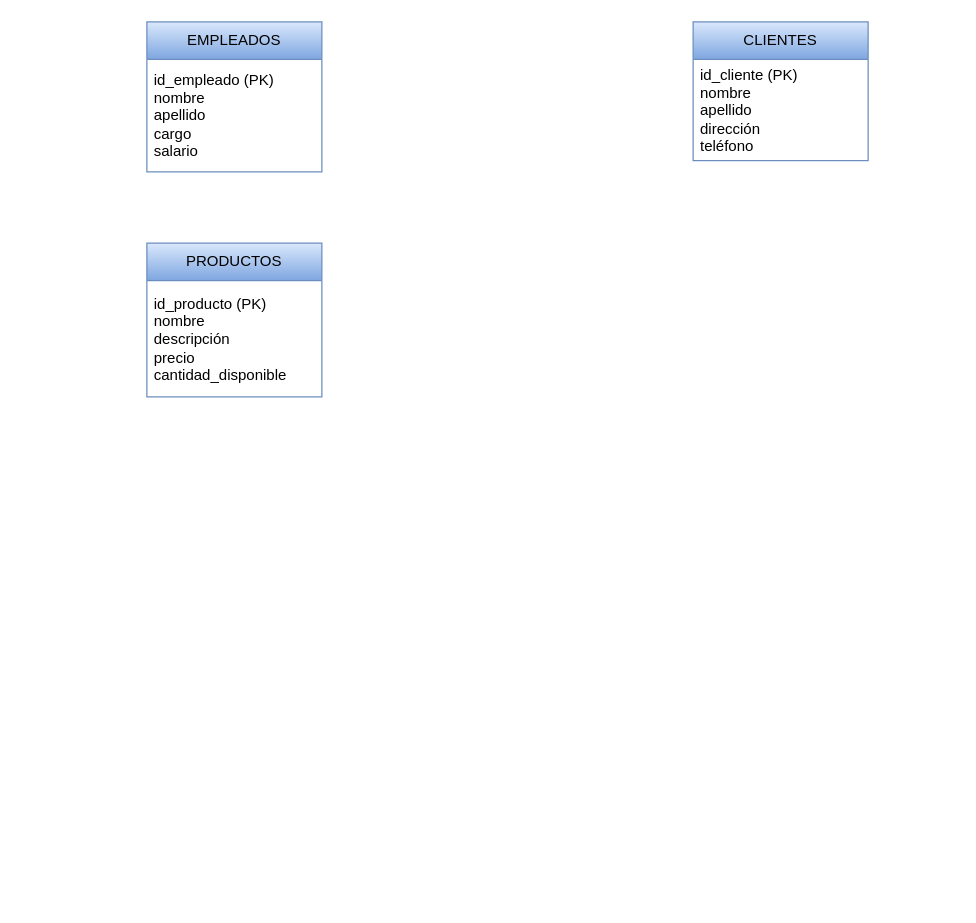
The draw.io diagram TESIS.drawio in NahuelLV/Base-de-Datos, before the edit. Source tidied: cells renumbered, new cells numbered last; positions are measured from the earlier drawing's top-left corner, leaving out a move shared by most shapes. Both pictures are drawn from the tidied source at 125%, with x=0, y=0 at pixel (146, 21).
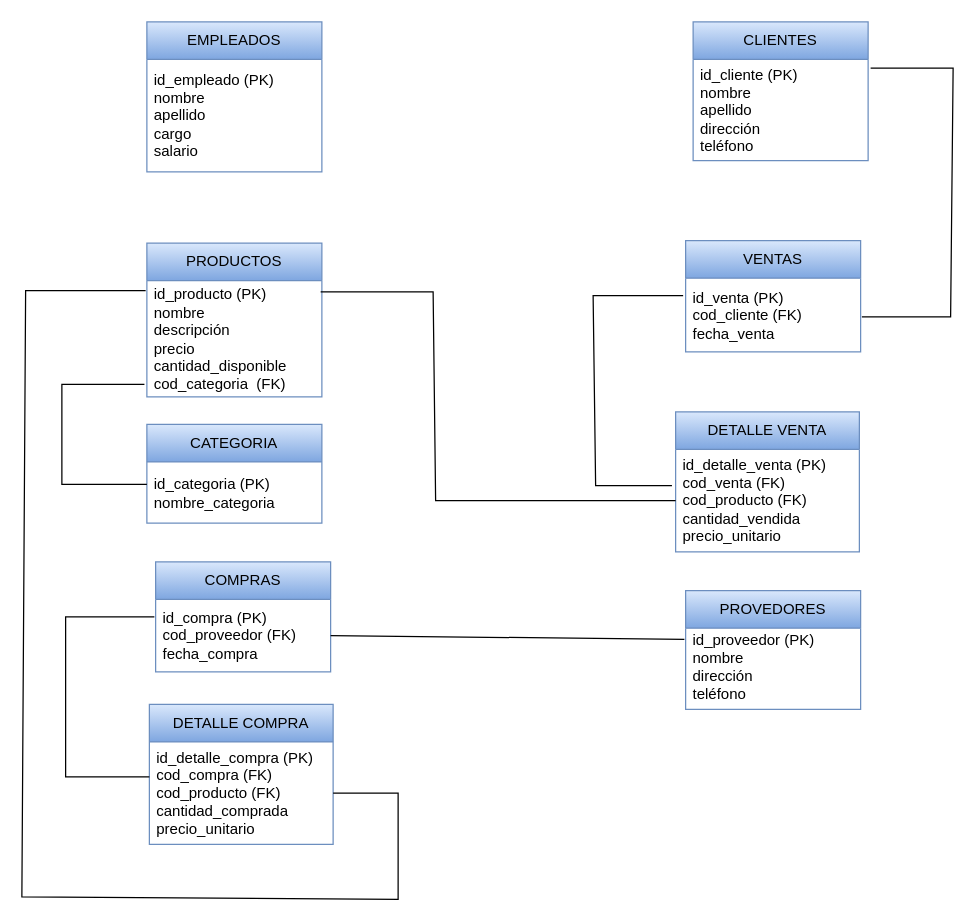
The same page after the edit.

Unchanged cells that the change refers to:
```xml
<mxCell id="6" value="PRODUCTOS" style="swimlane;fontStyle=0;horizontal=1;startSize=30;whiteSpace=wrap;html=1;fillColor=#dae8fc;gradientColor=#7ea6e0;strokeColor=#6c8ebf;" parent="1" vertex="1">
  <mxGeometry y="177" width="140" height="123" as="geometry" />
</mxCell>
```

Change to the diagram source:
```diff
@@
-    <mxCell id="7" value="&lt;div&gt;id_producto (PK)&lt;/div&gt;&lt;div&gt;nombre&lt;/div&gt;&lt;div&gt;descripción&lt;/div&gt;&lt;div&gt;precio&lt;/div&gt;&lt;div&gt;cantidad_disponible&lt;/div&gt;" style="text;strokeColor=none;fillColor=none;align=left;verticalAlign=middle;spacingLeft=4;spacingRight=4;overflow=hidden;points=[[0,0.5],[1,0.5]];portConstraint=eastwest;whiteSpace=wrap;html=1;" parent="6" vertex="1">
+    <mxCell id="7" value="&lt;div&gt;id_producto (PK)&lt;/div&gt;&lt;div&gt;nombre&lt;/div&gt;&lt;div&gt;descripción&lt;/div&gt;&lt;div&gt;precio&lt;/div&gt;&lt;div&gt;cantidad_disponible&lt;/div&gt;&lt;div&gt;cod_categoria&amp;nbsp; (FK)&lt;/div&gt;" style="text;strokeColor=none;fillColor=none;align=left;verticalAlign=middle;spacingLeft=4;spacingRight=4;overflow=hidden;points=[[0,0.5],[1,0.5]];portConstraint=eastwest;whiteSpace=wrap;html=1;" parent="6" vertex="1">
       <mxGeometry y="30" width="140" height="93" as="geometry" />
     </mxCell>
+    <mxCell id="8" value="CATEGORIA" style="swimlane;fontStyle=0;horizontal=1;startSize=30;whiteSpace=wrap;html=1;fillColor=#dae8fc;gradientColor=#7ea6e0;strokeColor=#6c8ebf;" parent="1" vertex="1">
+      <mxGeometry y="322" width="140" height="79" as="geometry" />
+    </mxCell>
+    <mxCell id="9" value="&lt;div&gt;id_categoria (PK)&lt;/div&gt;&lt;div&gt;nombre_categoria&lt;/div&gt;" style="text;strokeColor=none;fillColor=none;align=left;verticalAlign=middle;spacingLeft=4;spacingRight=4;overflow=hidden;points=[[0,0.5],[1,0.5]];portConstraint=eastwest;whiteSpace=wrap;html=1;" parent="8" vertex="1">
+      <mxGeometry y="30" width="140" height="49" as="geometry" />
+    </mxCell>
+    <mxCell id="10" value="VENTAS" style="swimlane;fontStyle=0;horizontal=1;startSize=30;whiteSpace=wrap;html=1;fillColor=#dae8fc;gradientColor=#7ea6e0;strokeColor=#6c8ebf;" parent="1" vertex="1">
+      <mxGeometry x="431" y="175" width="140" height="89" as="geometry" />
+    </mxCell>
+    <mxCell id="11" value="&lt;div&gt;id_venta (PK)&lt;/div&gt;&lt;div&gt;cod_cliente (FK)&lt;/div&gt;&lt;div&gt;fecha_venta&lt;/div&gt;" style="text;strokeColor=none;fillColor=none;align=left;verticalAlign=middle;spacingLeft=4;spacingRight=4;overflow=hidden;whiteSpace=wrap;html=1;" parent="10" vertex="1">
+      <mxGeometry y="30" width="140" height="59" as="geometry" />
+    </mxCell>
+    <mxCell id="12" style="endArrow=none;html=1;rounded=0;" parent="1" edge="1">
+      <mxGeometry relative="1" as="geometry">
+        <mxPoint x="572" y="236" as="sourcePoint" />
+        <mxPoint x="579" y="37" as="targetPoint" />
+        <Array as="points">
+          <mxPoint x="643" y="236" />
+          <mxPoint x="645" y="37" />
+        </Array>
+      </mxGeometry>
+    </mxCell>
+    <mxCell id="13" value="DETALLE VENTA" style="swimlane;fontStyle=0;horizontal=1;startSize=30;whiteSpace=wrap;html=1;fillColor=#dae8fc;gradientColor=#7ea6e0;strokeColor=#6c8ebf;" parent="1" vertex="1">
+      <mxGeometry x="423" y="312" width="147" height="112" as="geometry" />
+    </mxCell>
+    <mxCell id="14" value="&lt;div&gt;id_detalle_venta (PK)&lt;/div&gt;&lt;div&gt;cod_venta (FK)&lt;/div&gt;&lt;div&gt;cod_producto (FK)&lt;/div&gt;&lt;div&gt;cantidad_vendida&lt;/div&gt;&lt;div&gt;precio_unitario&lt;/div&gt;" style="text;strokeColor=none;fillColor=none;align=left;verticalAlign=middle;spacingLeft=4;spacingRight=4;overflow=hidden;points=[[0,0.5],[1,0.5]];portConstraint=eastwest;whiteSpace=wrap;html=1;" parent="13" vertex="1">
+      <mxGeometry y="30" width="147" height="82" as="geometry" />
+    </mxCell>
+    <mxCell id="15" value="PROVEDORES" style="swimlane;fontStyle=0;horizontal=1;startSize=30;whiteSpace=wrap;html=1;fillColor=#dae8fc;gradientColor=#7ea6e0;strokeColor=#6c8ebf;" parent="1" vertex="1">
+      <mxGeometry x="431" y="455" width="140" height="95" as="geometry" />
+    </mxCell>
+    <mxCell id="16" value="&lt;div&gt;id_proveedor (PK)&lt;/div&gt;&lt;div&gt;nombre&lt;/div&gt;&lt;div&gt;dirección&lt;/div&gt;&lt;div&gt;teléfono&lt;/div&gt;&lt;div&gt;&lt;br&gt;&lt;/div&gt;" style="text;strokeColor=none;fillColor=none;align=left;verticalAlign=middle;spacingLeft=4;spacingRight=4;overflow=hidden;points=[[0,0.5],[1,0.5]];portConstraint=eastwest;whiteSpace=wrap;html=1;" parent="15" vertex="1">
+      <mxGeometry y="30" width="140" height="65" as="geometry" />
+    </mxCell>
+    <mxCell id="17" value="COMPRAS" style="swimlane;fontStyle=0;horizontal=1;startSize=30;whiteSpace=wrap;html=1;fillColor=#dae8fc;gradientColor=#7ea6e0;strokeColor=#6c8ebf;" parent="1" vertex="1">
+      <mxGeometry x="7" y="432" width="140" height="88" as="geometry" />
+    </mxCell>
+    <mxCell id="18" value="&lt;div&gt;id_compra (PK)&lt;/div&gt;&lt;div&gt;cod_proveedor (FK)&lt;/div&gt;&lt;div&gt;fecha_compra&lt;/div&gt;" style="text;strokeColor=none;fillColor=none;align=left;verticalAlign=middle;spacingLeft=4;spacingRight=4;overflow=hidden;points=[[0,0.5],[1,0.5]];portConstraint=eastwest;whiteSpace=wrap;html=1;" parent="17" vertex="1">
+      <mxGeometry y="30" width="140" height="58" as="geometry" />
+    </mxCell>
+    <mxCell id="19" value="DETALLE COMPRA" style="swimlane;fontStyle=0;horizontal=1;startSize=30;whiteSpace=wrap;html=1;fillColor=#dae8fc;gradientColor=#7ea6e0;strokeColor=#6c8ebf;" parent="1" vertex="1">
+      <mxGeometry x="2" y="546" width="147" height="112" as="geometry" />
+    </mxCell>
+    <mxCell id="20" value="&lt;div&gt;id_detalle_compra (PK)&lt;/div&gt;&lt;div&gt;cod_compra (FK)&lt;/div&gt;&lt;div&gt;cod_producto (FK)&lt;/div&gt;&lt;div&gt;cantidad_comprada&lt;/div&gt;&lt;div&gt;precio_unitario&lt;/div&gt;" style="text;strokeColor=none;fillColor=none;align=left;verticalAlign=middle;spacingLeft=4;spacingRight=4;overflow=hidden;points=[[0,0.5],[1,0.5]];portConstraint=eastwest;whiteSpace=wrap;html=1;" parent="19" vertex="1">
+      <mxGeometry y="30" width="147" height="82" as="geometry" />
+    </mxCell>
+    <mxCell id="21" style="endArrow=none;html=1;rounded=0;exitX=0;exitY=0.367;exitDx=0;exitDy=0;exitPerimeter=0;entryX=-0.014;entryY=0.892;entryDx=0;entryDy=0;entryPerimeter=0;" parent="1" edge="1" source="9" target="7">
+      <mxGeometry relative="1" as="geometry">
+        <Array as="points">
+          <mxPoint x="-68" y="370" />
+          <mxPoint x="-68" y="290" />
+        </Array>
+      </mxGeometry>
+    </mxCell>
+    <mxCell id="22" style="endArrow=none;html=1;rounded=0;entryX=-0.007;entryY=0.138;entryDx=0;entryDy=0;entryPerimeter=0;exitX=1;exitY=0.5;exitDx=0;exitDy=0;" parent="1" edge="1" source="18" target="16">
+      <mxGeometry relative="1" as="geometry" />
+    </mxCell>
+    <mxCell id="23" style="endArrow=none;html=1;rounded=0;entryX=0;entryY=0.341;entryDx=0;entryDy=0;entryPerimeter=0;" parent="1" edge="1" target="20">
+      <mxGeometry relative="1" as="geometry">
+        <mxPoint x="6" y="476" as="sourcePoint" />
+        <Array as="points">
+          <mxPoint x="-65" y="476" />
+          <mxPoint x="-65" y="604" />
+        </Array>
+      </mxGeometry>
+    </mxCell>
+    <mxCell id="24" style="endArrow=none;html=1;rounded=0;exitX=1;exitY=0.5;exitDx=0;exitDy=0;entryX=-0.007;entryY=0.086;entryDx=0;entryDy=0;entryPerimeter=0;" parent="1" edge="1" source="20" target="7">
+      <mxGeometry relative="1" as="geometry">
+        <Array as="points">
+          <mxPoint x="201" y="617" />
+          <mxPoint x="201" y="702" />
+          <mxPoint x="-100" y="700" />
+          <mxPoint x="-97" y="215" />
+        </Array>
+      </mxGeometry>
+    </mxCell>
+    <mxCell id="25" style="endArrow=none;html=1;rounded=0;entryX=-0.02;entryY=0.354;entryDx=0;entryDy=0;entryPerimeter=0;" parent="1" edge="1" target="14">
+      <mxGeometry relative="1" as="geometry">
+        <mxPoint x="429" y="219" as="sourcePoint" />
+        <Array as="points">
+          <mxPoint x="357" y="219" />
+          <mxPoint x="359" y="371" />
+        </Array>
+      </mxGeometry>
+    </mxCell>
+    <mxCell id="26" style="endArrow=none;html=1;rounded=0;entryX=0;entryY=0.5;entryDx=0;entryDy=0;exitX=0.993;exitY=0.097;exitDx=0;exitDy=0;exitPerimeter=0;" parent="1" edge="1" source="7" target="14">
+      <mxGeometry relative="1" as="geometry">
+        <Array as="points">
+          <mxPoint x="229" y="216" />
+          <mxPoint x="231" y="383" />
+        </Array>
+      </mxGeometry>
+    </mxCell>
```
